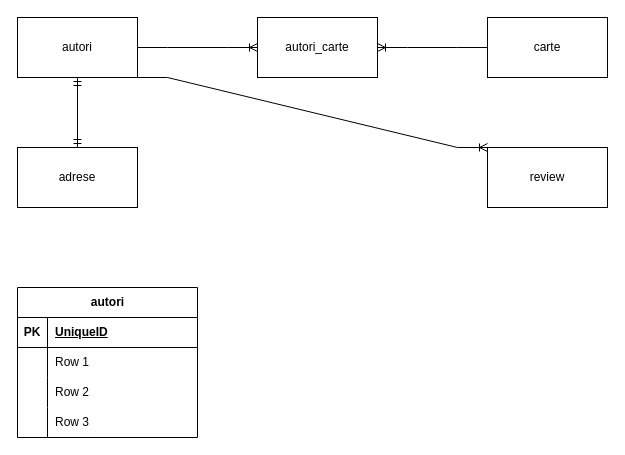
vitorjurj/modelare_db keeps this draw.io diagram as Untitled Diagram.drawio. Above is the earlier version. Source tidied: cells renumbered, new cells numbered last; positions are measured from the earlier drawing's top-left corner, leaving out a move shared by most shapes. Both pictures are drawn from the tidied source at 100%, with x=0, y=0 at pixel (17, 17).
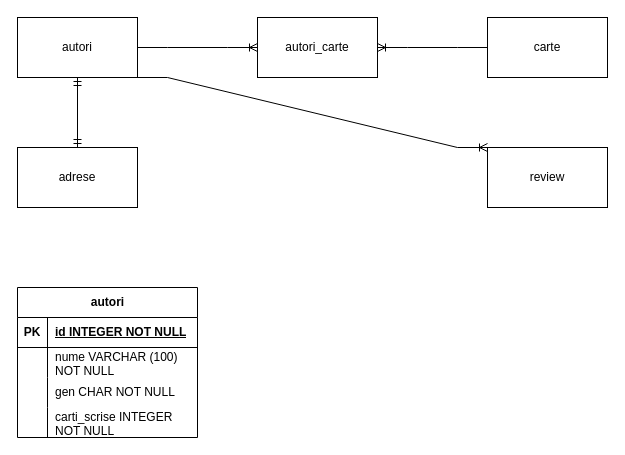
After the change.

The change refers to these unchanged cells:
```xml
<mxCell id="12" style="shape=tableRow;horizontal=0;startSize=0;swimlaneHead=0;swimlaneBody=0;fillColor=none;top=0;left=0;right=0;bottom=1;" parent="11" vertex="1">
  <mxGeometry y="30" width="180" height="30" as="geometry" />
</mxCell>
<mxCell id="15" style="shape=tableRow;horizontal=0;startSize=0;swimlaneHead=0;swimlaneBody=0;fillColor=none;top=0;left=0;right=0;bottom=0;" parent="11" vertex="1">
  <mxGeometry y="60" width="180" height="30" as="geometry" />
</mxCell>
<mxCell id="18" style="shape=tableRow;horizontal=0;startSize=0;swimlaneHead=0;swimlaneBody=0;fillColor=none;top=0;left=0;right=0;bottom=0;" parent="11" vertex="1">
  <mxGeometry y="90" width="180" height="30" as="geometry" />
</mxCell>
<mxCell id="21" style="shape=tableRow;horizontal=0;startSize=0;swimlaneHead=0;swimlaneBody=0;fillColor=none;top=0;left=0;right=0;bottom=0;" parent="11" vertex="1">
  <mxGeometry y="120" width="180" height="30" as="geometry" />
</mxCell>
```

Diff of the diagram source:
```diff
@@
-    <mxCell id="14" value="UniqueID" style="shape=partialRectangle;fillColor=none;top=0;left=0;bottom=0;right=0;align=left;spacingLeft=6;fontStyle=5;overflow=hidden;whiteSpace=wrap;html=1;" parent="12" vertex="1">
+    <mxCell id="14" value="id INTEGER NOT NULL" style="shape=partialRectangle;fillColor=none;top=0;left=0;bottom=0;right=0;align=left;spacingLeft=6;fontStyle=5;overflow=hidden;whiteSpace=wrap;html=1;" parent="12" vertex="1">
       <mxGeometry x="30" width="150" height="30" as="geometry" />
     </mxCell>
@@
-    <mxCell id="17" value="Row 1" style="shape=partialRectangle;fillColor=none;top=0;left=0;bottom=0;right=0;align=left;spacingLeft=6;overflow=hidden;whiteSpace=wrap;html=1;" parent="15" vertex="1">
+    <mxCell id="17" value="nume VARCHAR (100) NOT NULL" style="shape=partialRectangle;fillColor=none;top=0;left=0;bottom=0;right=0;align=left;spacingLeft=6;overflow=hidden;whiteSpace=wrap;html=1;" parent="15" vertex="1">
       <mxGeometry x="30" width="150" height="30" as="geometry" />
     </mxCell>
@@
-    <mxCell id="20" value="Row 2" style="shape=partialRectangle;fillColor=none;top=0;left=0;bottom=0;right=0;align=left;spacingLeft=6;overflow=hidden;whiteSpace=wrap;html=1;" parent="18" vertex="1">
+    <mxCell id="20" value="gen CHAR NOT NULL" style="shape=partialRectangle;fillColor=none;top=0;left=0;bottom=0;right=0;align=left;spacingLeft=6;overflow=hidden;whiteSpace=wrap;html=1;" parent="18" vertex="1">
       <mxGeometry x="30" width="150" height="30" as="geometry" />
     </mxCell>
@@
-    <mxCell id="23" value="Row 3" style="shape=partialRectangle;fillColor=none;top=0;left=0;bottom=0;right=0;align=left;spacingLeft=6;overflow=hidden;whiteSpace=wrap;html=1;" parent="21" vertex="1">
+    <mxCell id="23" value="carti_scrise INTEGER NOT NULL" style="shape=partialRectangle;fillColor=none;top=0;left=0;bottom=0;right=0;align=left;spacingLeft=6;overflow=hidden;whiteSpace=wrap;html=1;" parent="21" vertex="1">
       <mxGeometry x="30" width="150" height="30" as="geometry" />
     </mxCell>
```
